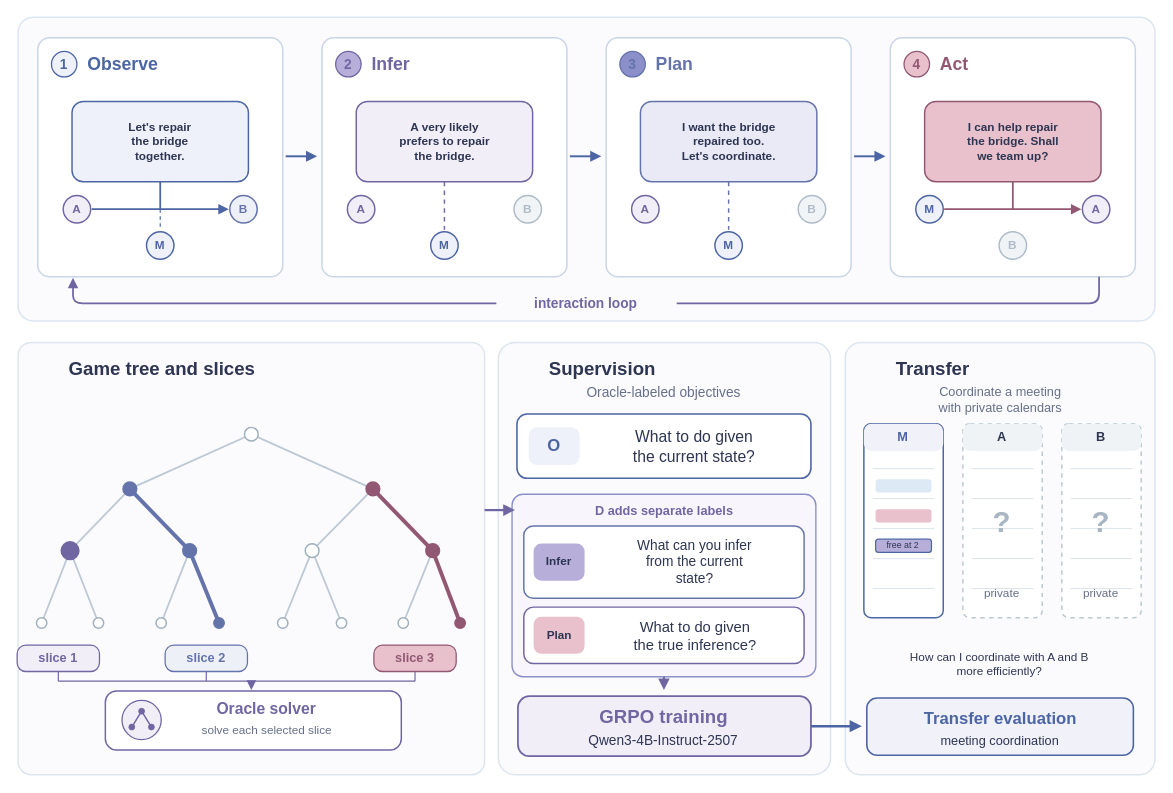
This is paper/figures/overview.drawio from realidx/MARSHAL, a draw.io file, before an edit. Source tidied: cells renumbered, new cells numbered last; positions are measured from the earlier drawing's top-left corner, leaving out a move shared by most shapes. Both pictures are drawn from the tidied source at 98%, with x=0, y=0 at pixel (17, 17).
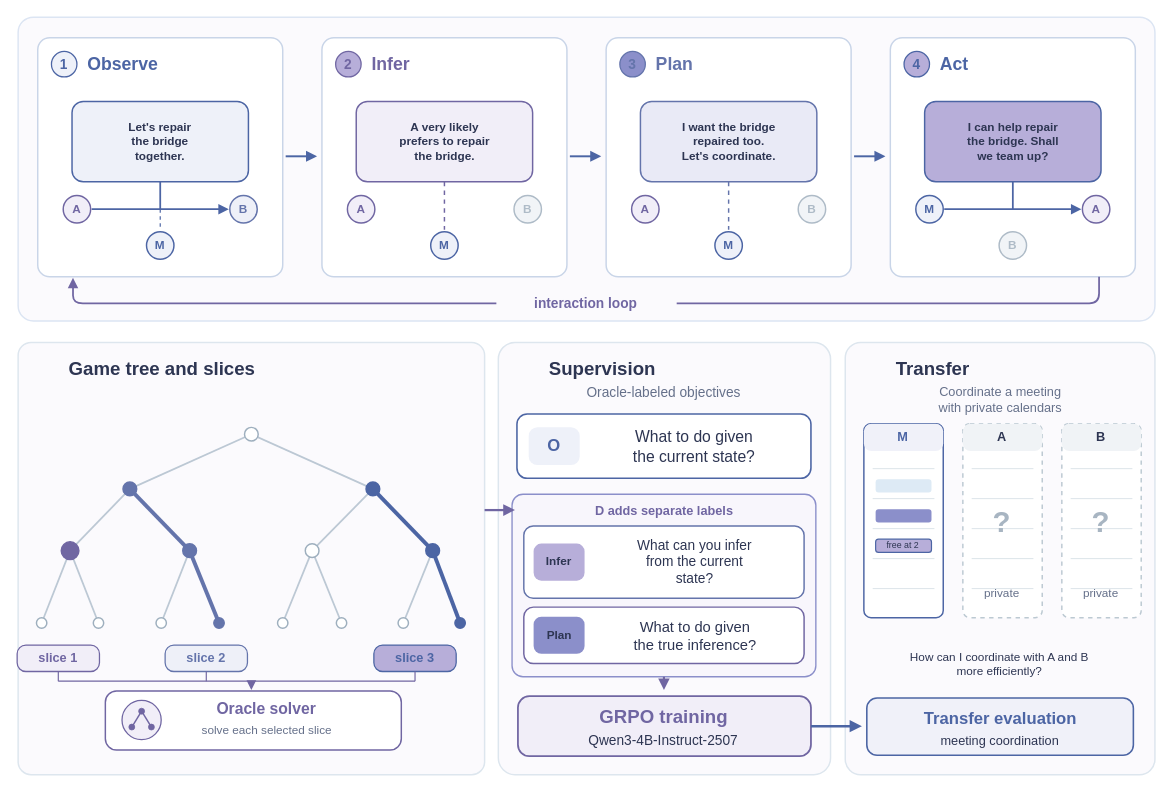
After the change.

Diff of the diagram source:
```diff
@@
-    <mxCell id="16" style="ellipse;html=0;fillColor=#E8C1CC;strokeColor=#925873;strokeWidth=1.3;" parent="1" vertex="1">
+    <mxCell id="16" style="ellipse;html=0;fillColor=#B7AED9;strokeColor=#4C65A4;strokeWidth=1.3;" parent="1" vertex="1">
       <mxGeometry x="905" y="35" width="26" height="26" as="geometry" />
     </mxCell>
-    <mxCell id="17" value="4" style="text;html=0;whiteSpace=wrap;overflow=visible;fillColor=none;strokeColor=none;fontFamily=Helvetica;fontSize=14;fontColor=#925873;fontStyle=1;align=center;verticalAlign=middle;" parent="1" vertex="1">
+    <mxCell id="17" value="4" style="text;html=0;whiteSpace=wrap;overflow=visible;fillColor=none;strokeColor=none;fontFamily=Helvetica;fontSize=14;fontColor=#4C65A4;fontStyle=1;align=center;verticalAlign=middle;" parent="1" vertex="1">
       <mxGeometry x="906" y="38.5" width="24" height="19" as="geometry" />
     </mxCell>
-    <mxCell id="18" value="Act" style="text;html=0;whiteSpace=wrap;overflow=visible;fillColor=none;strokeColor=none;fontFamily=Helvetica;fontSize=18;fontColor=#925873;fontStyle=1;align=left;verticalAlign=middle;" parent="1" vertex="1">
+    <mxCell id="18" value="Act" style="text;html=0;whiteSpace=wrap;overflow=visible;fillColor=none;strokeColor=none;fontFamily=Helvetica;fontSize=18;fontColor=#4C65A4;fontStyle=1;align=left;verticalAlign=middle;" parent="1" vertex="1">
       <mxGeometry x="940" y="35.9" width="34.6" height="24.3" as="geometry" />
     </mxCell>
@@
-    <mxCell id="48" style="edgeStyle=none;html=0;strokeColor=#925873;strokeWidth=1.8;dashed=0;endArrow=block;endFill=1;" parent="1" edge="1">
+    <mxCell id="48" style="edgeStyle=none;html=0;strokeColor=#4C65A4;strokeWidth=1.8;dashed=0;endArrow=block;endFill=1;" parent="1" edge="1">
       <mxGeometry relative="1" as="geometry">
         <mxPoint x="946" y="196" as="sourcePoint" />
         <mxPoint x="1086" y="196" as="targetPoint" />
       </mxGeometry>
     </mxCell>
-    <mxCell id="49" style="edgeStyle=none;html=0;strokeColor=#925873;strokeWidth=1.8;dashed=0;endArrow=none;endFill=1;" parent="1" edge="1">
+    <mxCell id="49" style="edgeStyle=none;html=0;strokeColor=#4C65A4;strokeWidth=1.8;dashed=0;endArrow=none;endFill=1;" parent="1" edge="1">
       <mxGeometry relative="1" as="geometry">
         <mxPoint x="1016" y="168" as="sourcePoint" />
         <mxPoint x="1016" y="196" as="targetPoint" />
       </mxGeometry>
     </mxCell>
-    <mxCell id="50" style="rounded=1;arcSize=14;whiteSpace=wrap;html=0;fillColor=#E8C1CC;strokeColor=#925873;strokeWidth=1.5;dashed=0;" parent="1" vertex="1">
+    <mxCell id="50" style="rounded=1;arcSize=14;whiteSpace=wrap;html=0;fillColor=#B7AED9;strokeColor=#4C65A4;strokeWidth=1.5;dashed=0;" parent="1" vertex="1">
       <mxGeometry x="926" y="86" width="180" height="82" as="geometry" />
     </mxCell>
@@
-    <mxCell id="71" style="edgeStyle=none;html=0;strokeColor=#925873;strokeWidth=4.0;dashed=0;endArrow=none;endFill=1;" parent="1" edge="1">
+    <mxCell id="71" style="edgeStyle=none;html=0;strokeColor=#4C65A4;strokeWidth=4.0;dashed=0;endArrow=none;endFill=1;" parent="1" edge="1">
       <mxGeometry relative="1" as="geometry">
         <mxPoint x="363" y="481.4" as="sourcePoint" />
         <mxPoint x="424" y="544.4" as="targetPoint" />
       </mxGeometry>
     </mxCell>
@@
-    <mxCell id="79" style="edgeStyle=none;html=0;strokeColor=#925873;strokeWidth=4.0;dashed=0;endArrow=none;endFill=1;" parent="1" edge="1">
+    <mxCell id="79" style="edgeStyle=none;html=0;strokeColor=#4C65A4;strokeWidth=4.0;dashed=0;endArrow=none;endFill=1;" parent="1" edge="1">
       <mxGeometry relative="1" as="geometry">
         <mxPoint x="424" y="544.4" as="sourcePoint" />
         <mxPoint x="452" y="618.2" as="targetPoint" />
       </mxGeometry>
     </mxCell>
@@
-    <mxCell id="82" style="ellipse;html=0;fillColor=#925873;strokeColor=#925873;strokeWidth=1.5;" parent="1" vertex="1">
+    <mxCell id="82" style="ellipse;html=0;fillColor=#4C65A4;strokeColor=#4C65A4;strokeWidth=1.5;" parent="1" vertex="1">
       <mxGeometry x="356" y="474.4" width="14" height="14" as="geometry" />
     </mxCell>
@@
-    <mxCell id="86" style="ellipse;html=0;fillColor=#925873;strokeColor=#925873;strokeWidth=1.5;" parent="1" vertex="1">
+    <mxCell id="86" style="ellipse;html=0;fillColor=#4C65A4;strokeColor=#4C65A4;strokeWidth=1.5;" parent="1" vertex="1">
       <mxGeometry x="417" y="537.4" width="14" height="14" as="geometry" />
     </mxCell>
@@
-    <mxCell id="94" style="ellipse;html=0;fillColor=#925873;strokeColor=#925873;strokeWidth=1.5;" parent="1" vertex="1">
+    <mxCell id="94" style="ellipse;html=0;fillColor=#4C65A4;strokeColor=#4C65A4;strokeWidth=1.5;" parent="1" vertex="1">
       <mxGeometry x="446.7" y="612.9" width="10.6" height="10.6" as="geometry" />
     </mxCell>
@@
-    <mxCell id="99" style="rounded=1;arcSize=33;whiteSpace=wrap;html=0;fillColor=#E8C1CC;strokeColor=#925873;strokeWidth=1.3;dashed=0;" parent="1" vertex="1">
+    <mxCell id="99" style="rounded=1;arcSize=33;whiteSpace=wrap;html=0;fillColor=#B7AED9;strokeColor=#4C65A4;strokeWidth=1.3;dashed=0;" parent="1" vertex="1">
       <mxGeometry x="364" y="640.7" width="84" height="27" as="geometry" />
     </mxCell>
-    <mxCell id="100" value="slice 3" style="text;html=0;whiteSpace=wrap;overflow=visible;fillColor=none;strokeColor=none;fontFamily=Helvetica;fontSize=13;fontColor=#925873;fontStyle=1;align=center;verticalAlign=middle;" parent="1" vertex="1">
+    <mxCell id="100" value="slice 3" style="text;html=0;whiteSpace=wrap;overflow=visible;fillColor=none;strokeColor=none;fontFamily=Helvetica;fontSize=13;fontColor=#4C65A4;fontStyle=1;align=center;verticalAlign=middle;" parent="1" vertex="1">
       <mxGeometry x="376.9" y="644.7" width="58.2" height="19" as="geometry" />
     </mxCell>
@@
-    <mxCell id="129" style="rounded=1;arcSize=21;whiteSpace=wrap;html=0;fillColor=#E8C1CC;strokeColor=none;strokeWidth=1.5;dashed=0;" parent="1" vertex="1">
+    <mxCell id="129" style="rounded=1;arcSize=21;whiteSpace=wrap;html=0;fillColor=#8B8FCA;strokeColor=none;strokeWidth=1.5;dashed=0;" parent="1" vertex="1">
       <mxGeometry x="527" y="611.9" width="52" height="37.8" as="geometry" />
     </mxCell>
@@
-    <mxCell id="149" style="rounded=1;arcSize=22;whiteSpace=wrap;html=0;fillColor=#E8C1CC;strokeColor=none;strokeWidth=1.5;dashed=0;" parent="1" vertex="1">
+    <mxCell id="149" style="rounded=1;arcSize=22;whiteSpace=wrap;html=0;fillColor=#8B8FCA;strokeColor=none;strokeWidth=1.5;dashed=0;" parent="1" vertex="1">
       <mxGeometry x="876" y="502.1" width="57" height="13.5" as="geometry" />
     </mxCell>
```
